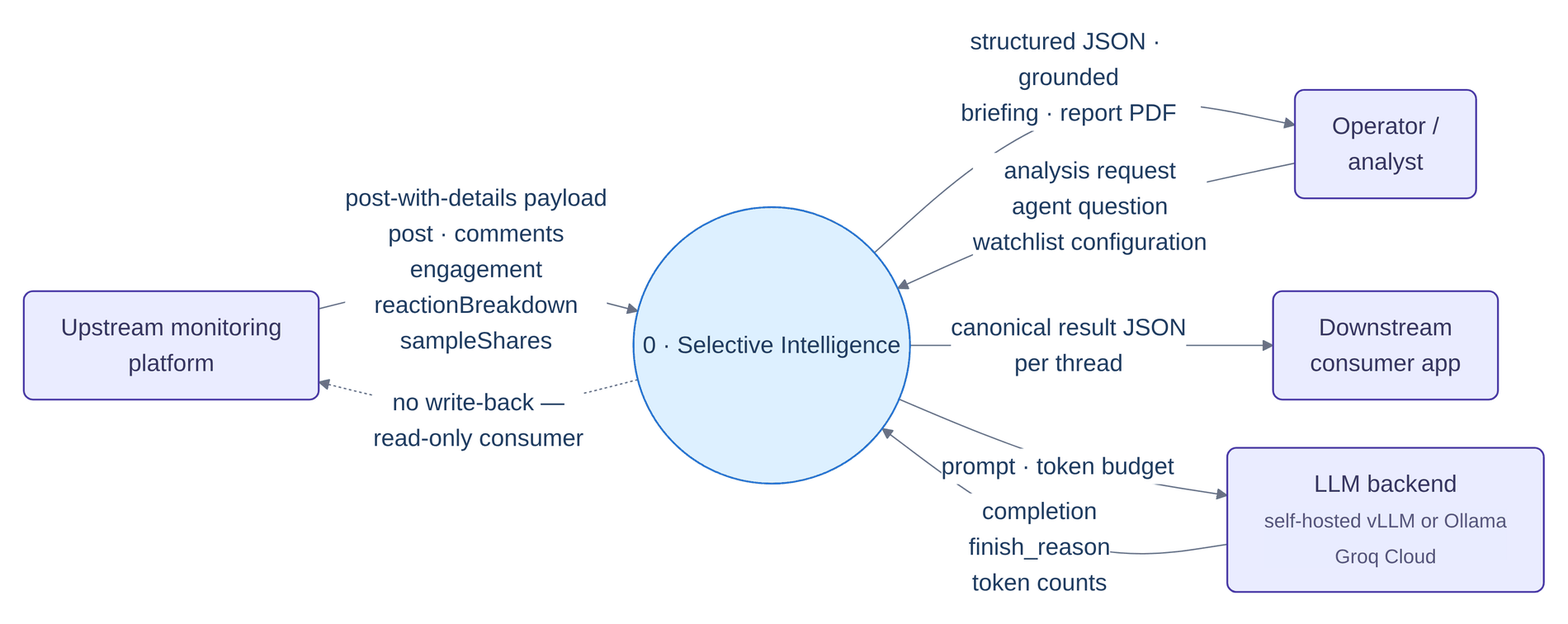
Above: paper/figures/fig-dfd0.png in Bishwajit-2810/Defense (Mermaid), before the change. Its source is kept beside it as paper/diagrams/fig-dfd0.mmd.
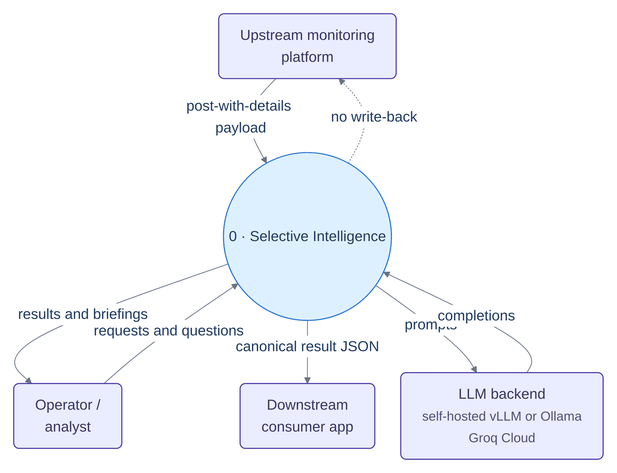
Later version of the same file.

Change to the diagram source:
```diff
@@ -1,17 +1,17 @@
-graph LR
+graph TD
     Up["Upstream monitoring<br/>platform"]
     Op["Operator /<br/>analyst"]
     P(("0 · Selective Intelligence"))
     Down["Downstream<br/>consumer app"]
     Backend["LLM backend<br/><small>self-hosted vLLM or Ollama<br/>Groq Cloud</small>"]
 
-    Up -- "post-with-details payload<br/>post · comments<br/>engagement<br/>reactionBreakdown<br/>sampleShares" --> P
-    P -. "no write-back —<br/>read-only consumer" .-> Up
-    Op -- "analysis request<br/>agent question<br/>watchlist configuration" --> P
-    P -- "structured JSON · grounded<br/>briefing · report PDF" --> Op
-    P -- "canonical result JSON<br/>per thread" --> Down
-    P -- "prompt · token budget" --> Backend
-    Backend -- "completion<br/>finish_reason<br/>token counts" --> P
+    Up -- "post-with-details payload" --> P
+    P -. "no write-back" .-> Up
+    Op -- "requests and questions" --> P
+    P -- "results and briefings" --> Op
+    P -- "canonical result JSON" --> Down
+    P -- "prompts" --> Backend
+    Backend -- "completions" --> P
 
     class Up,Op,Down,Backend entry
     class P svc
```
